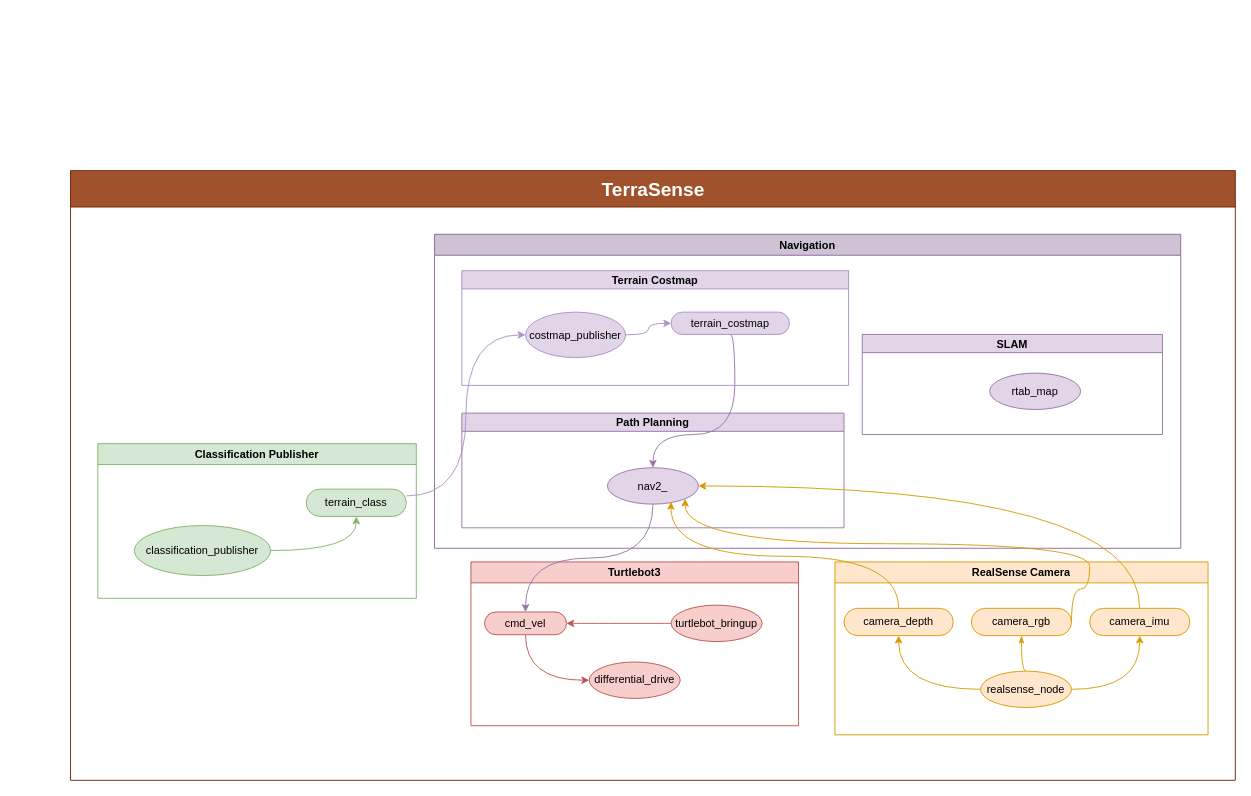
Above: src/TerraSenseGraph.drawio in mvgianel/TerraSense (draw.io), before the change. Source tidied: cells renumbered, new cells numbered last; positions are measured from the earlier drawing's top-left corner, leaving out a move shared by most shapes. Both pictures are drawn from the tidied source at 91%, with x=0, y=0 at pixel (70, 170).
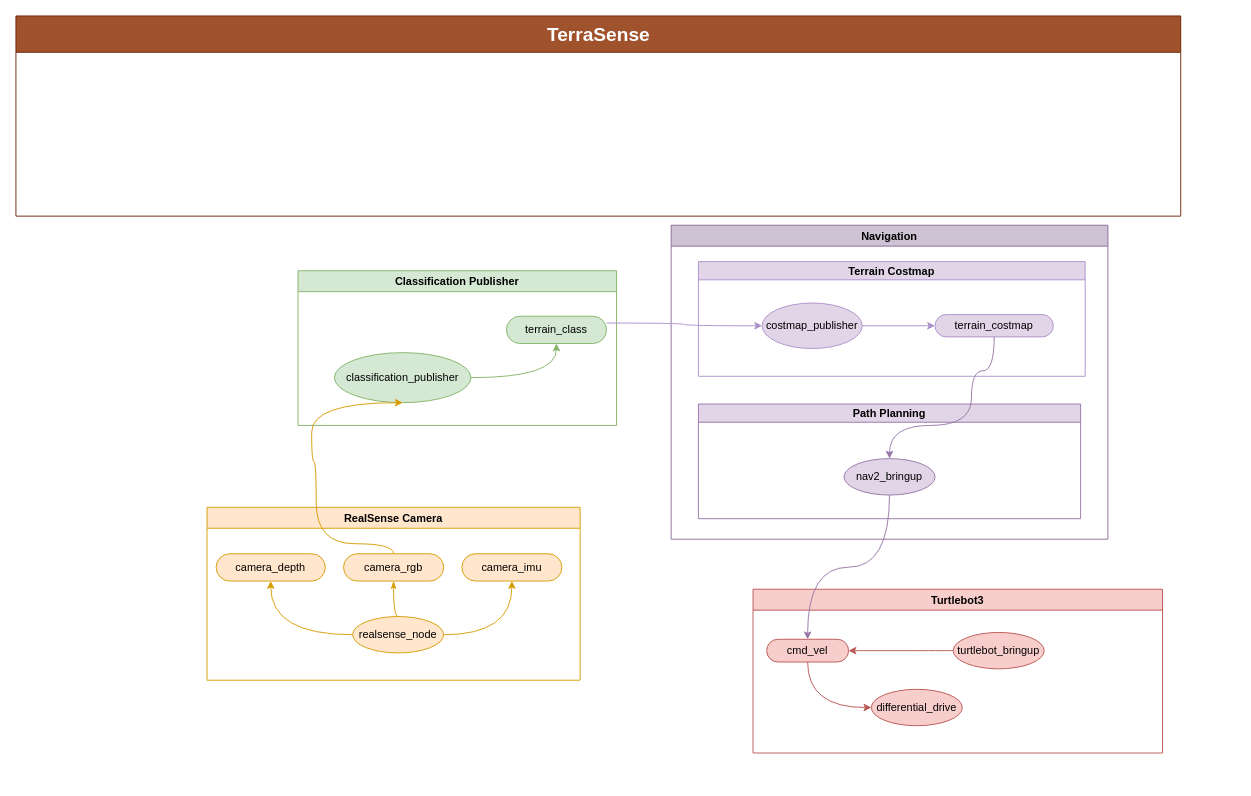
After the change.

The change refers to these unchanged cells:
```xml
<mxCell id="4" value="Terrain Costmap" style="swimlane;startSize=20;horizontal=1;containerType=tree;fillColor=#e1d5e7;strokeColor=#AB8FCC;" parent="3" vertex="1">
  <mxGeometry x="30" y="40" width="425" height="126" as="geometry" />
</mxCell>
<mxCell id="6" value="costmap_publisher" style="ellipse;whiteSpace=wrap;html=1;align=center;newEdgeStyle={&quot;edgeStyle&quot;:&quot;entityRelationEdgeStyle&quot;,&quot;startArrow&quot;:&quot;none&quot;,&quot;endArrow&quot;:&quot;none&quot;,&quot;segment&quot;:10,&quot;curved&quot;:1,&quot;sourcePerimeterSpacing&quot;:0,&quot;targetPerimeterSpacing&quot;:0};fillColor=#e1d5e7;strokeColor=#AB8FCC;" parent="4" vertex="1">
  <mxGeometry x="70" y="45.5" width="110" height="50" as="geometry" />
</mxCell>
<mxCell id="8" value="Path Planning" style="swimlane;startSize=20;horizontal=1;containerType=tree;fillColor=#e1d5e7;strokeColor=#9673a6;" parent="3" vertex="1">
  <mxGeometry x="30" y="196.5" width="420" height="126" as="geometry" />
</mxCell>
<mxCell id="18" value="camera_rgb" style="whiteSpace=wrap;html=1;rounded=1;arcSize=50;align=center;verticalAlign=middle;strokeWidth=1;spacing=4;newEdgeStyle={&quot;edgeStyle&quot;:&quot;entityRelationEdgeStyle&quot;,&quot;startArrow&quot;:&quot;none&quot;,&quot;endArrow&quot;:&quot;none&quot;,&quot;segment&quot;:10,&quot;curved&quot;:1,&quot;sourcePerimeterSpacing&quot;:0,&quot;targetPerimeterSpacing&quot;:0};fillColor=#ffe6cc;strokeColor=#d79b00;" parent="13" vertex="1">
  <mxGeometry x="150" y="51" width="110" height="30" as="geometry" />
</mxCell>
<mxCell id="19" value="camera_imu" style="whiteSpace=wrap;html=1;rounded=1;arcSize=50;align=center;verticalAlign=middle;strokeWidth=1;spacing=4;newEdgeStyle={&quot;edgeStyle&quot;:&quot;entityRelationEdgeStyle&quot;,&quot;startArrow&quot;:&quot;none&quot;,&quot;endArrow&quot;:&quot;none&quot;,&quot;segment&quot;:10,&quot;curved&quot;:1,&quot;sourcePerimeterSpacing&quot;:0,&quot;targetPerimeterSpacing&quot;:0};fillColor=#ffe6cc;strokeColor=#d79b00;" parent="13" vertex="1">
  <mxGeometry x="280" y="51" width="110" height="30" as="geometry" />
</mxCell>
<mxCell id="20" value="camera_depth" style="whiteSpace=wrap;html=1;rounded=1;arcSize=50;align=center;verticalAlign=middle;strokeWidth=1;spacing=4;newEdgeStyle={&quot;edgeStyle&quot;:&quot;entityRelationEdgeStyle&quot;,&quot;startArrow&quot;:&quot;none&quot;,&quot;endArrow&quot;:&quot;none&quot;,&quot;segment&quot;:10,&quot;curved&quot;:1,&quot;sourcePerimeterSpacing&quot;:0,&quot;targetPerimeterSpacing&quot;:0};fillColor=#ffe6cc;strokeColor=#d79b00;" parent="13" vertex="1">
  <mxGeometry x="10" y="51" width="120" height="30" as="geometry" />
</mxCell>
<mxCell id="23" value="classification_publisher" style="ellipse;whiteSpace=wrap;html=1;align=center;newEdgeStyle={&quot;edgeStyle&quot;:&quot;entityRelationEdgeStyle&quot;,&quot;startArrow&quot;:&quot;none&quot;,&quot;endArrow&quot;:&quot;none&quot;,&quot;segment&quot;:10,&quot;curved&quot;:1,&quot;sourcePerimeterSpacing&quot;:0,&quot;targetPerimeterSpacing&quot;:0};fillColor=#d5e8d4;strokeColor=#82b366;shadow=0;" parent="21" vertex="1">
  <mxGeometry x="40" y="90" width="150" height="55" as="geometry" />
</mxCell>
<mxCell id="24" value="terrain_class" style="whiteSpace=wrap;html=1;rounded=1;arcSize=50;align=center;verticalAlign=middle;strokeWidth=1;spacing=4;newEdgeStyle={&quot;edgeStyle&quot;:&quot;entityRelationEdgeStyle&quot;,&quot;startArrow&quot;:&quot;none&quot;,&quot;endArrow&quot;:&quot;none&quot;,&quot;segment&quot;:10,&quot;curved&quot;:1,&quot;sourcePerimeterSpacing&quot;:0,&quot;targetPerimeterSpacing&quot;:0};fillColor=#d5e8d4;strokeColor=#82b366;shadow=0;" parent="21" vertex="1">
  <mxGeometry x="229" y="50" width="110" height="30" as="geometry" />
</mxCell>
```

Change to the diagram source:
```diff
@@
     <mxCell id="2" value="&lt;font style=&quot;font-size: 21px;&quot;&gt;TerraSense&lt;/font&gt;" style="swimlane;horizontal=1;startSize=40;html=1;fillColor=#a0522d;fontColor=#ffffff;strokeColor=#6D1F00;" parent="1" vertex="1">
-      <mxGeometry width="1280" height="670" as="geometry" />
+      <mxGeometry x="-60" y="-170" width="1280" height="220" as="geometry" />
     </mxCell>
     <mxCell id="3" value="Navigation" style="swimlane;startSize=23;fillColor=#CEC3D4;strokeColor=#886896;" parent="1" vertex="1">
-      <mxGeometry x="400" y="70" width="820" height="345" as="geometry" />
+      <mxGeometry x="660" y="60" width="480" height="345" as="geometry" />
     </mxCell>
@@
     <mxCell id="7" value="terrain_costmap" style="whiteSpace=wrap;html=1;rounded=1;arcSize=50;align=center;verticalAlign=middle;strokeWidth=1;spacing=4;newEdgeStyle={&quot;edgeStyle&quot;:&quot;entityRelationEdgeStyle&quot;,&quot;startArrow&quot;:&quot;none&quot;,&quot;endArrow&quot;:&quot;none&quot;,&quot;segment&quot;:10,&quot;curved&quot;:1,&quot;sourcePerimeterSpacing&quot;:0,&quot;targetPerimeterSpacing&quot;:0};fillColor=#e1d5e7;strokeColor=#AB8FCC;" parent="4" vertex="1">
-      <mxGeometry x="230" y="45.5" width="130" height="24.5" as="geometry" />
+      <mxGeometry x="260" y="58.2" width="130" height="24.5" as="geometry" />
     </mxCell>
@@
-    <mxCell id="9" value="nav2_" style="ellipse;whiteSpace=wrap;html=1;align=center;newEdgeStyle={&quot;edgeStyle&quot;:&quot;entityRelationEdgeStyle&quot;,&quot;startArrow&quot;:&quot;none&quot;,&quot;endArrow&quot;:&quot;none&quot;,&quot;segment&quot;:10,&quot;curved&quot;:1,&quot;sourcePerimeterSpacing&quot;:0,&quot;targetPerimeterSpacing&quot;:0};fillColor=#e1d5e7;strokeColor=#9673a6;" parent="8" vertex="1">
+    <mxCell id="9" value="nav2_bringup" style="ellipse;whiteSpace=wrap;html=1;align=center;newEdgeStyle={&quot;edgeStyle&quot;:&quot;entityRelationEdgeStyle&quot;,&quot;startArrow&quot;:&quot;none&quot;,&quot;endArrow&quot;:&quot;none&quot;,&quot;segment&quot;:10,&quot;curved&quot;:1,&quot;sourcePerimeterSpacing&quot;:0,&quot;targetPerimeterSpacing&quot;:0};fillColor=#e1d5e7;strokeColor=#9673a6;" parent="8" vertex="1">
       <mxGeometry x="160" y="60" width="100" height="40" as="geometry" />
     </mxCell>
     <mxCell id="10" style="edgeStyle=orthogonalEdgeStyle;rounded=0;jettySize=auto;html=1;startArrow=none;endArrow=classic;segment=10;curved=1;sourcePerimeterSpacing=0;targetPerimeterSpacing=0;exitX=0.5;exitY=1;exitDx=0;exitDy=0;entryX=0.5;entryY=0;entryDx=0;entryDy=0;endFill=1;startFill=0;fillColor=#e1d5e7;strokeColor=#9673a6;" parent="3" edge="1" source="7" target="9">
       <mxGeometry relative="1" as="geometry">
         <Array as="points">
-          <mxPoint x="330" y="110" />
+          <mxPoint x="355" y="160" />
+          <mxPoint x="330" y="160" />
           <mxPoint x="330" y="220" />
           <mxPoint x="240" y="220" />
         </Array>
       </mxGeometry>
     </mxCell>
-    <mxCell id="11" value="SLAM" style="swimlane;startSize=20;horizontal=1;containerType=tree;fillColor=#e1d5e7;strokeColor=#9673a6;" parent="3" vertex="1">
-      <mxGeometry x="470" y="110" width="330" height="110" as="geometry" />
-    </mxCell>
-    <mxCell id="12" value="rtab_map" style="ellipse;whiteSpace=wrap;html=1;align=center;newEdgeStyle={&quot;edgeStyle&quot;:&quot;entityRelationEdgeStyle&quot;,&quot;startArrow&quot;:&quot;none&quot;,&quot;endArrow&quot;:&quot;none&quot;,&quot;segment&quot;:10,&quot;curved&quot;:1,&quot;sourcePerimeterSpacing&quot;:0,&quot;targetPerimeterSpacing&quot;:0};fillColor=#e1d5e7;strokeColor=#9673a6;" parent="11" vertex="1">
-      <mxGeometry x="140" y="42.5" width="100" height="40" as="geometry" />
-    </mxCell>
     <mxCell id="13" value="RealSense Camera" style="swimlane;fillColor=#ffe6cc;strokeColor=#d79b00;" parent="1" vertex="1">
-      <mxGeometry x="840" y="430" width="410" height="190" as="geometry" />
+      <mxGeometry x="150" y="370" width="410" height="190" as="geometry" />
     </mxCell>
@@
     <mxCell id="21" value="Classification Publisher" style="swimlane;fillColor=#d5e8d4;strokeColor=#82b366;shadow=0;" parent="1" vertex="1">
-      <mxGeometry x="30" y="300" width="350" height="170" as="geometry" />
+      <mxGeometry x="250" y="110" width="350" height="170" as="geometry" />
     </mxCell>
@@
+    <mxCell id="31" style="edgeStyle=orthogonalEdgeStyle;rounded=0;jettySize=auto;html=1;startArrow=none;endArrow=classic;segment=10;curved=1;sourcePerimeterSpacing=0;targetPerimeterSpacing=0;exitX=1;exitY=0.25;exitDx=0;exitDy=0;entryX=0;entryY=0.5;entryDx=0;entryDy=0;endFill=1;startFill=0;fillColor=#e1d5e7;strokeColor=#AB8FCC;" parent="1" edge="1" source="24" target="6">
+      <mxGeometry relative="1" as="geometry" />
+    </mxCell>
+    <mxCell id="35" style="edgeStyle=orthogonalEdgeStyle;rounded=0;jettySize=auto;html=1;startArrow=none;endArrow=classic;segment=10;curved=1;sourcePerimeterSpacing=0;targetPerimeterSpacing=0;exitX=0.5;exitY=0;exitDx=0;exitDy=0;entryX=0.5;entryY=1;entryDx=0;entryDy=0;endFill=1;fillColor=#ffe6cc;strokeColor=#d79b00;" parent="1" edge="1" source="18" target="23">
+      <mxGeometry relative="1" as="geometry">
+        <Array as="points">
+          <mxPoint x="355" y="410" />
+          <mxPoint x="270" y="410" />
+          <mxPoint x="270" y="320" />
+          <mxPoint x="265" y="320" />
+        </Array>
+      </mxGeometry>
+    </mxCell>
     <mxCell id="25" value="Turtlebot3" style="swimlane;fillColor=#f8cecc;strokeColor=#b85450;" parent="1" vertex="1">
-      <mxGeometry x="440" y="430" width="360" height="180" as="geometry" />
+      <mxGeometry x="750" y="460" width="450" height="180" as="geometry" />
     </mxCell>
@@
-    <mxCell id="31" style="edgeStyle=orthogonalEdgeStyle;rounded=0;jettySize=auto;html=1;startArrow=none;endArrow=classic;segment=10;curved=1;sourcePerimeterSpacing=0;targetPerimeterSpacing=0;exitX=1;exitY=0.25;exitDx=0;exitDy=0;entryX=0;entryY=0.5;entryDx=0;entryDy=0;endFill=1;startFill=0;fillColor=#e1d5e7;strokeColor=#AB8FCC;" parent="1" edge="1" source="24" target="6">
-      <mxGeometry relative="1" as="geometry" />
-    </mxCell>
@@
-    <mxCell id="33" style="edgeStyle=orthogonalEdgeStyle;rounded=0;jettySize=auto;html=1;startArrow=none;endArrow=classic;segment=10;curved=1;sourcePerimeterSpacing=0;targetPerimeterSpacing=0;exitX=0.5;exitY=0;exitDx=0;exitDy=0;entryX=0.698;entryY=0.938;entryDx=0;entryDy=0;entryPerimeter=0;endFill=1;fillColor=#ffe6cc;strokeColor=#d79b00;" parent="1" edge="1" source="20" target="9">
-      <mxGeometry relative="1" as="geometry" />
-    </mxCell>
-    <mxCell id="34" style="edgeStyle=orthogonalEdgeStyle;rounded=0;jettySize=auto;html=1;startArrow=none;endArrow=classic;segment=10;curved=1;sourcePerimeterSpacing=0;targetPerimeterSpacing=0;exitX=1;exitY=0.5;exitDx=0;exitDy=0;entryX=1;entryY=1;entryDx=0;entryDy=0;endFill=1;fillColor=#ffe6cc;strokeColor=#d79b00;" parent="1" edge="1" source="18" target="9">
-      <mxGeometry relative="1" as="geometry">
-        <Array as="points">
-          <mxPoint x="1100" y="460" />
-          <mxPoint x="1120" y="460" />
-          <mxPoint x="1120" y="410" />
-          <mxPoint x="675" y="410" />
-        </Array>
-      </mxGeometry>
-    </mxCell>
-    <mxCell id="35" style="edgeStyle=orthogonalEdgeStyle;rounded=0;jettySize=auto;html=1;startArrow=none;endArrow=classic;segment=10;curved=1;sourcePerimeterSpacing=0;targetPerimeterSpacing=0;exitX=0.5;exitY=0;exitDx=0;exitDy=0;entryX=1;entryY=0.5;entryDx=0;entryDy=0;endFill=1;fillColor=#ffe6cc;strokeColor=#d79b00;" parent="1" edge="1" source="19" target="9">
-      <mxGeometry relative="1" as="geometry" />
-    </mxCell>
```
